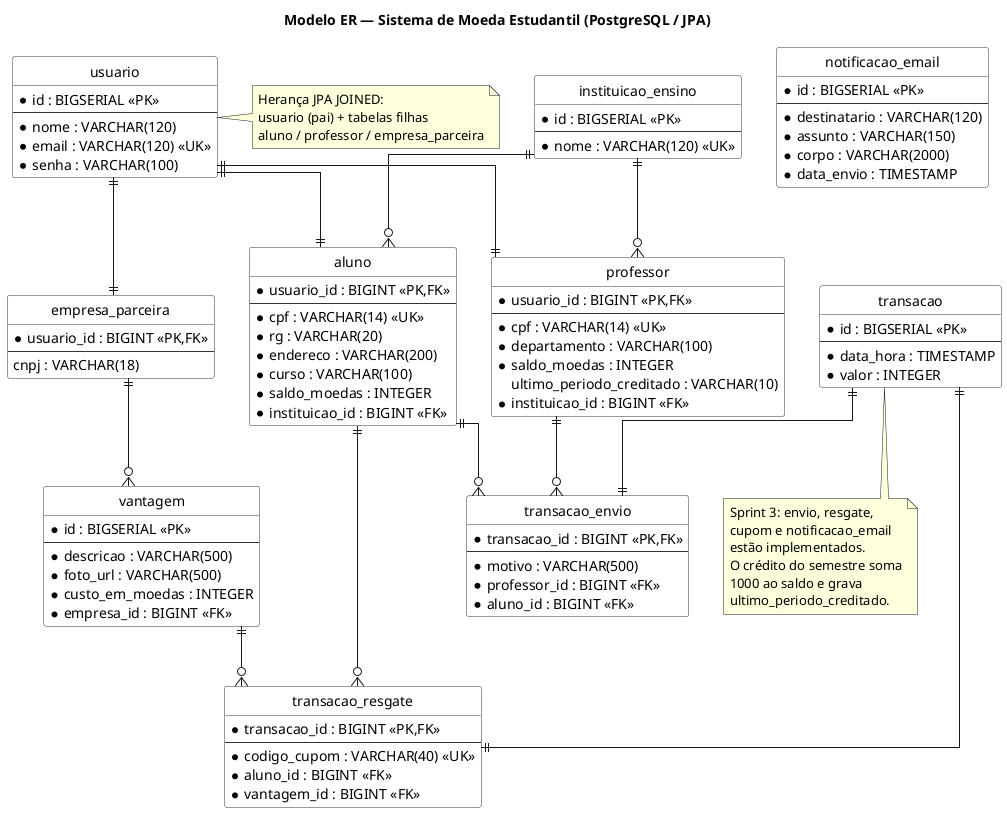
The PlantUML diagram docs/sprint2/images/modelo-er.png in pedroccarv/moeda-estudantil, before a commit.
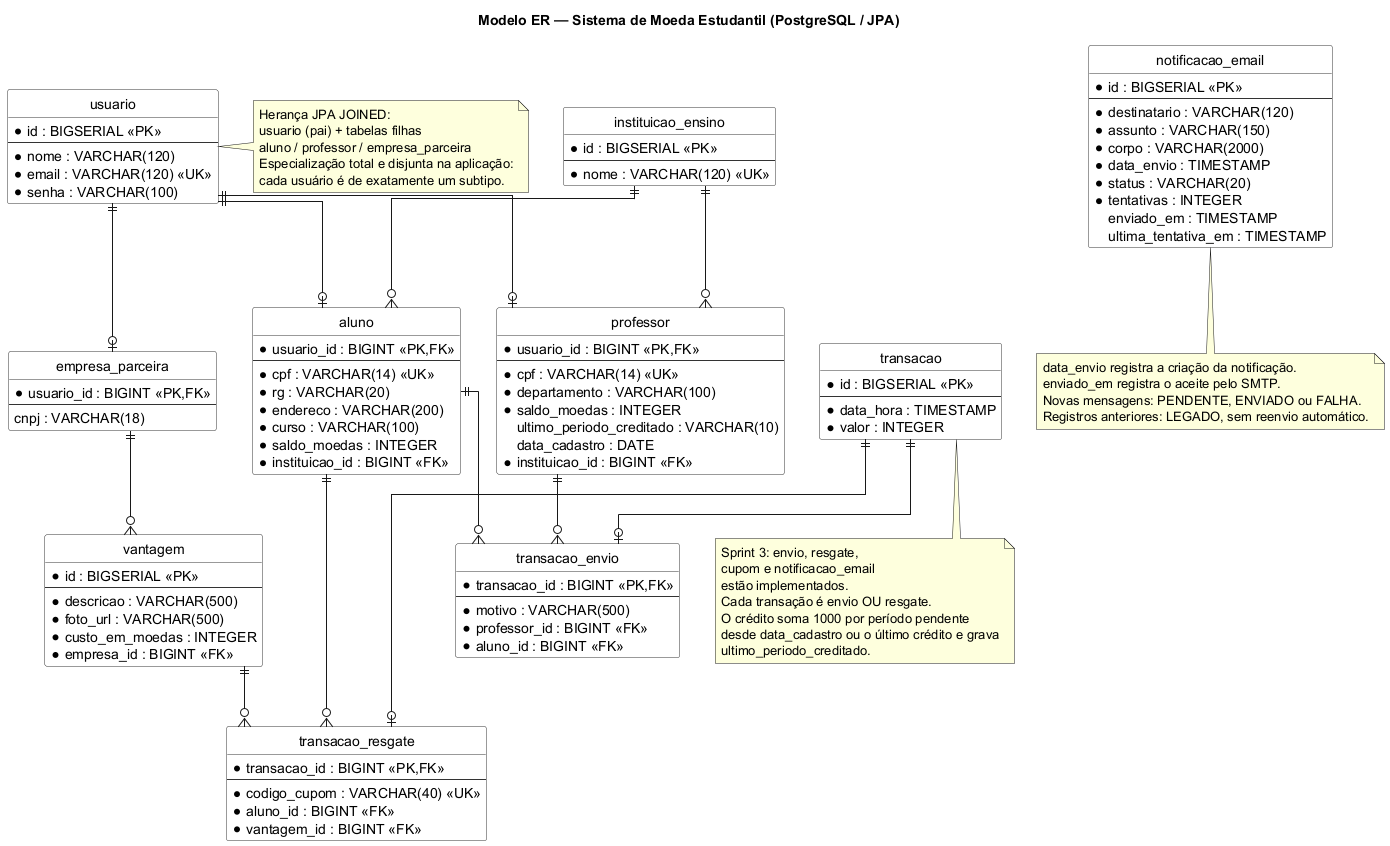
After the change.

What changed in the source:
```diff
@@ -40,6 +40,7 @@
   * departamento : VARCHAR(100)
   * saldo_moedas : INTEGER
   ultimo_periodo_creditado : VARCHAR(10)
+  data_cadastro : DATE
   * instituicao_id : BIGINT <<FK>>
 }
 
@@ -80,6 +81,10 @@
   * assunto : VARCHAR(150)
   * corpo : VARCHAR(2000)
   * data_envio : TIMESTAMP
+  * status : VARCHAR(20)
+  * tentativas : INTEGER
+  enviado_em : TIMESTAMP
+  ultima_tentativa_em : TIMESTAMP
 }
 
 entity "transacao_resgate" as resgate {
@@ -90,17 +95,17 @@
   * vantagem_id : BIGINT <<FK>>
 }
 
-usuario ||--|| aluno
-usuario ||--|| professor
-usuario ||--|| empresa
+usuario ||--o| aluno
+usuario ||--o| professor
+usuario ||--o| empresa
 
 inst ||--o{ aluno
 inst ||--o{ professor
 
 empresa ||--o{ vantagem
 
-transacao ||--|| envio
-transacao ||--|| resgate
+transacao ||--o| envio
+transacao ||--o| resgate
 
 professor ||--o{ envio
 aluno ||--o{ envio
@@ -111,15 +116,25 @@
   Herança JPA JOINED:
   usuario (pai) + tabelas filhas
   aluno / professor / empresa_parceira
+  Especialização total e disjunta na aplicação:
+  cada usuário é de exatamente um subtipo.
 end note
 
 note bottom of transacao
   Sprint 3: envio, resgate,
   cupom e notificacao_email
   estão implementados.
-  O crédito do semestre soma
-  1000 ao saldo e grava
+  Cada transação é envio OU resgate.
+  O crédito soma 1000 por período pendente
+  desde data_cadastro ou o último crédito e grava
   ultimo_periodo_creditado.
 end note
 
+note bottom of mail
+  data_envio registra a criação da notificação.
+  enviado_em registra o aceite pelo SMTP.
+  Novas mensagens: PENDENTE, ENVIADO ou FALHA.
+  Registros anteriores: LEGADO, sem reenvio automático.
+end note
+
 @enduml
```
